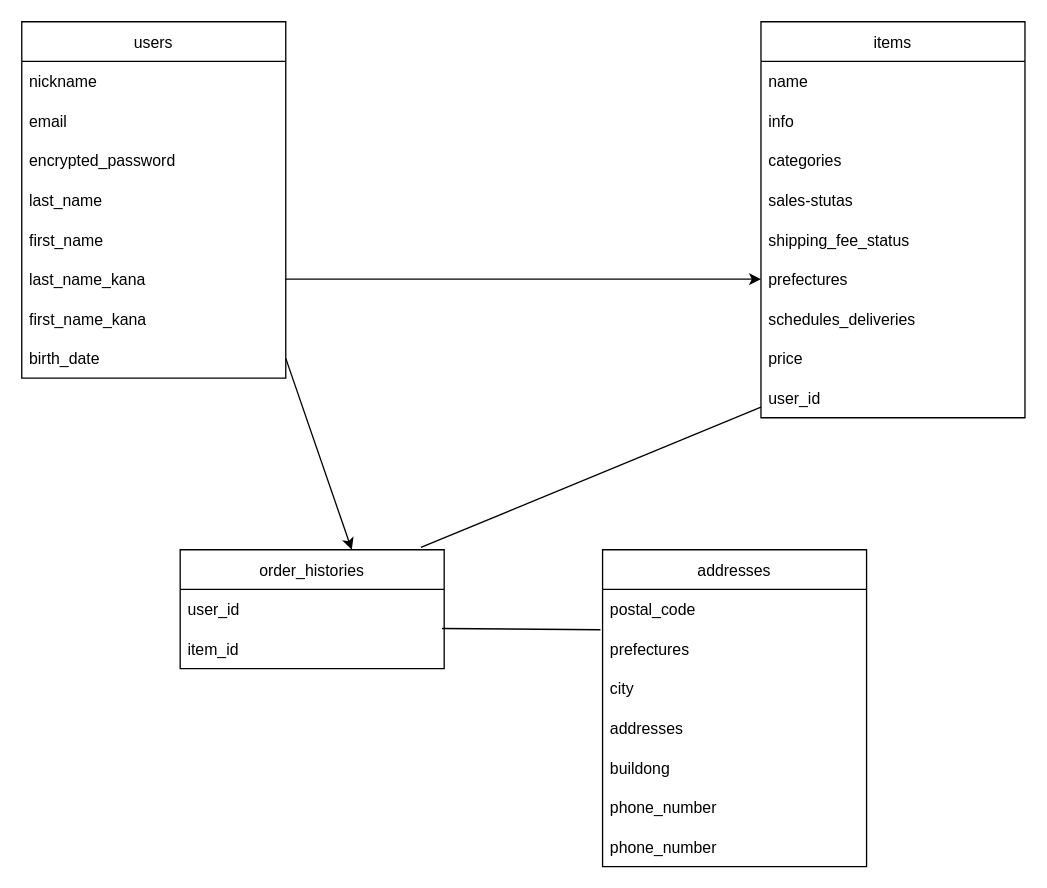
Earlier version of the draw.io diagram furima.dio (Kazuki10peace/furima-37023). Source tidied: cells renumbered, new cells numbered last; positions are measured from the earlier drawing's top-left corner, leaving out a move shared by most shapes. Both pictures are drawn from the tidied source at 132%, with x=0, y=0 at pixel (21, 21).
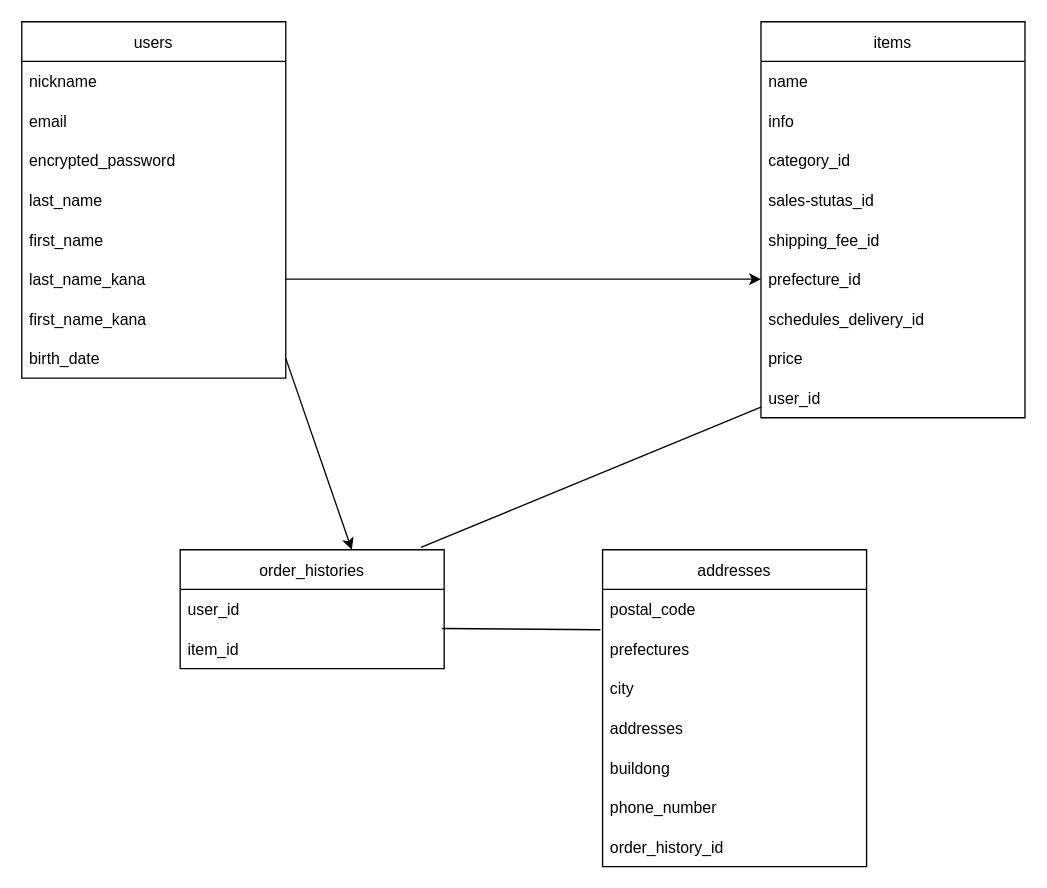
The same page after the edit.

Commit message (it also covers changes not shown here):
ER図作成とREADME記述(4回目)

Unchanged cells that the change refers to:
```xml
<mxCell id="11" value="items" style="swimlane;fontStyle=0;horizontal=1;startSize=30;" parent="1" vertex="1">
  <mxGeometry x="560" width="200" height="300" as="geometry" />
</mxCell>
<mxCell id="22" value="addresses" style="swimlane;fontStyle=0;horizontal=1;startSize=30;" parent="1" vertex="1">
  <mxGeometry x="440" y="400" width="200" height="240" as="geometry" />
</mxCell>
```

The edit, as a diff of the source:
```diff
@@
-    <mxCell id="14" value="categories" style="text;strokeColor=none;fillColor=none;align=left;verticalAlign=middle;spacingLeft=4;spacingRight=4;overflow=hidden;" parent="11" vertex="1">
+    <mxCell id="14" value="category_id" style="text;strokeColor=none;fillColor=none;align=left;verticalAlign=middle;spacingLeft=4;spacingRight=4;overflow=hidden;" parent="11" vertex="1">
       <mxGeometry y="90" width="200" height="30" as="geometry" />
     </mxCell>
-    <mxCell id="15" value="sales-stutas" style="text;strokeColor=none;fillColor=none;align=left;verticalAlign=middle;spacingLeft=4;spacingRight=4;overflow=hidden;" parent="11" vertex="1">
+    <mxCell id="15" value="sales-stutas_id" style="text;strokeColor=none;fillColor=none;align=left;verticalAlign=middle;spacingLeft=4;spacingRight=4;overflow=hidden;" parent="11" vertex="1">
       <mxGeometry y="120" width="200" height="30" as="geometry" />
     </mxCell>
-    <mxCell id="16" value="shipping_fee_status" style="text;strokeColor=none;fillColor=none;align=left;verticalAlign=middle;spacingLeft=4;spacingRight=4;overflow=hidden;" parent="11" vertex="1">
+    <mxCell id="16" value="shipping_fee_id" style="text;strokeColor=none;fillColor=none;align=left;verticalAlign=middle;spacingLeft=4;spacingRight=4;overflow=hidden;" parent="11" vertex="1">
       <mxGeometry y="150" width="200" height="30" as="geometry" />
     </mxCell>
-    <mxCell id="17" value="prefectures" style="text;strokeColor=none;fillColor=none;align=left;verticalAlign=middle;spacingLeft=4;spacingRight=4;overflow=hidden;points=[[0,0.5],[1,0.5]];portConstraint=eastwest;" parent="11" vertex="1">
+    <mxCell id="17" value="prefecture_id" style="text;strokeColor=none;fillColor=none;align=left;verticalAlign=middle;spacingLeft=4;spacingRight=4;overflow=hidden;points=[[0,0.5],[1,0.5]];portConstraint=eastwest;" parent="11" vertex="1">
       <mxGeometry y="180" width="200" height="30" as="geometry" />
     </mxCell>
-    <mxCell id="18" value="schedules_deliveries" style="text;strokeColor=none;fillColor=none;align=left;verticalAlign=middle;spacingLeft=4;spacingRight=4;overflow=hidden;" parent="11" vertex="1">
+    <mxCell id="18" value="schedules_delivery_id" style="text;strokeColor=none;fillColor=none;align=left;verticalAlign=middle;spacingLeft=4;spacingRight=4;overflow=hidden;" parent="11" vertex="1">
       <mxGeometry y="210" width="200" height="30" as="geometry" />
     </mxCell>
@@
-    <mxCell id="29" value="phone_number" style="text;strokeColor=none;fillColor=none;align=left;verticalAlign=middle;spacingLeft=4;spacingRight=4;overflow=hidden;" parent="22" vertex="1">
+    <mxCell id="29" value="order_history_id" style="text;strokeColor=none;fillColor=none;align=left;verticalAlign=middle;spacingLeft=4;spacingRight=4;overflow=hidden;" parent="22" vertex="1">
       <mxGeometry y="210" width="200" height="30" as="geometry" />
     </mxCell>
```
